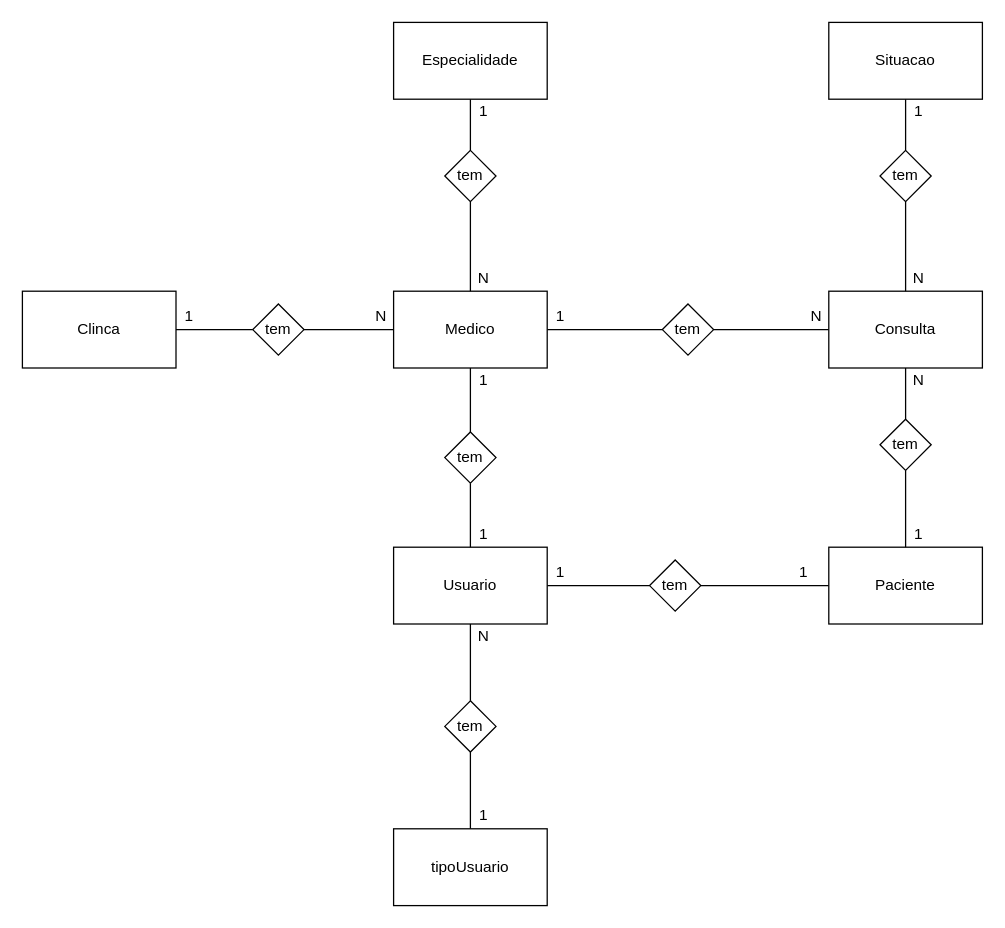
Earlier version of the draw.io diagram page "Page-1" (1 of 2) of conseitual e logico.drawio (derlisgeorges/Projeto-SP-MedGroup). Source tidied: cells renumbered, new cells numbered last; positions are measured from the earlier drawing's top-left corner, leaving out a move shared by most shapes. Both pictures are drawn from the tidied source at 128%, with x=0, y=0 at pixel (22, 22).
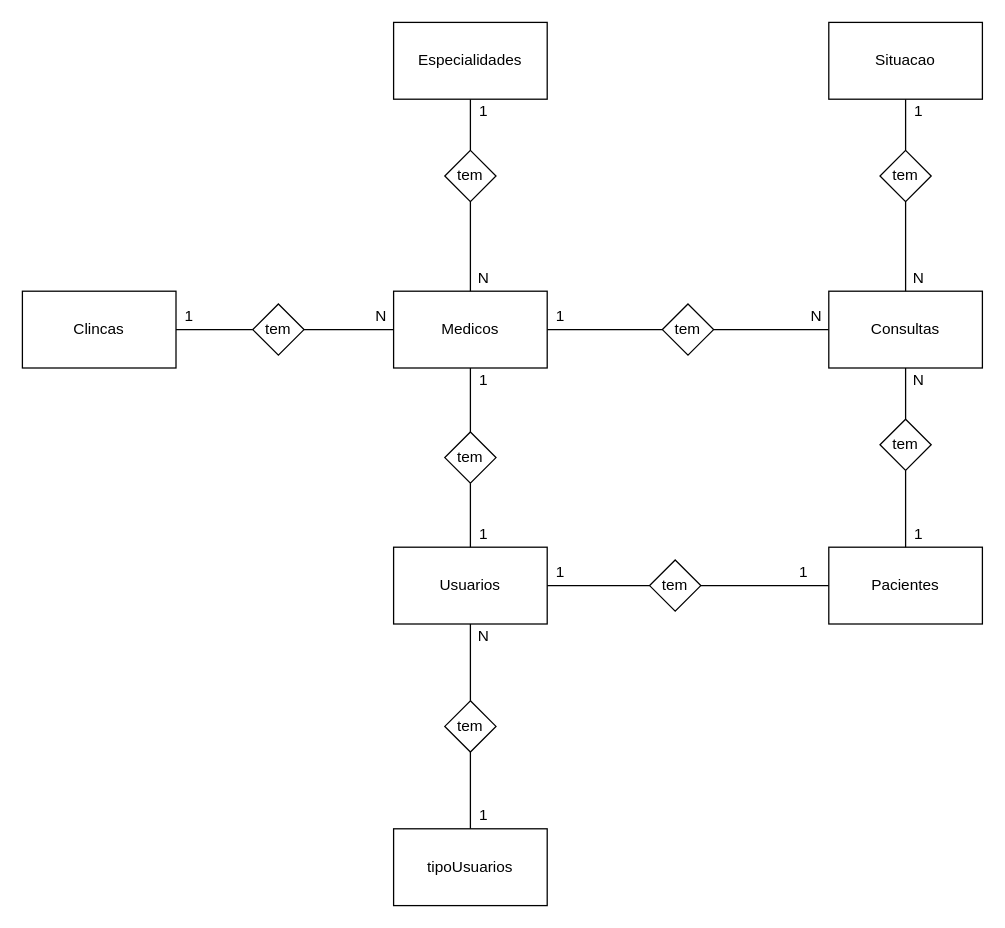
The same page after the edit.

Diff of the diagram source:
```diff
@@
-    <mxCell id="3" value="Especialidade" style="rounded=0;whiteSpace=wrap;html=1;" parent="1" vertex="1">
+    <mxCell id="3" value="Especialidades" style="rounded=0;whiteSpace=wrap;html=1;" parent="1" vertex="1">
       <mxGeometry x="290" width="120" height="60" as="geometry" />
     </mxCell>
@@
-    <mxCell id="5" value="Clinca" style="rounded=0;whiteSpace=wrap;html=1;" parent="1" vertex="1">
+    <mxCell id="5" value="Clincas" style="rounded=0;whiteSpace=wrap;html=1;" parent="1" vertex="1">
       <mxGeometry y="210" width="120" height="60" as="geometry" />
     </mxCell>
@@
-    <mxCell id="8" value="Usuario" style="rounded=0;whiteSpace=wrap;html=1;" parent="1" vertex="1">
+    <mxCell id="8" value="Usuarios" style="rounded=0;whiteSpace=wrap;html=1;" parent="1" vertex="1">
       <mxGeometry x="290" y="410" width="120" height="60" as="geometry" />
     </mxCell>
@@
-    <mxCell id="12" value="Medico" style="rounded=0;whiteSpace=wrap;html=1;" parent="1" vertex="1">
+    <mxCell id="12" value="Medicos" style="rounded=0;whiteSpace=wrap;html=1;" parent="1" vertex="1">
       <mxGeometry x="290" y="210" width="120" height="60" as="geometry" />
     </mxCell>
@@
-    <mxCell id="14" value="tipoUsuario" style="rounded=0;whiteSpace=wrap;html=1;" parent="1" vertex="1">
+    <mxCell id="14" value="tipoUsuarios" style="rounded=0;whiteSpace=wrap;html=1;" parent="1" vertex="1">
       <mxGeometry x="290" y="630" width="120" height="60" as="geometry" />
     </mxCell>
@@
-    <mxCell id="17" value="Consulta" style="rounded=0;whiteSpace=wrap;html=1;" parent="1" vertex="1">
+    <mxCell id="17" value="Consultas" style="rounded=0;whiteSpace=wrap;html=1;" parent="1" vertex="1">
       <mxGeometry x="630" y="210" width="120" height="60" as="geometry" />
     </mxCell>
@@
-    <mxCell id="21" value="Paciente" style="rounded=0;whiteSpace=wrap;html=1;" parent="1" vertex="1">
+    <mxCell id="21" value="Pacientes" style="rounded=0;whiteSpace=wrap;html=1;" parent="1" vertex="1">
       <mxGeometry x="630" y="410" width="120" height="60" as="geometry" />
     </mxCell>
```
